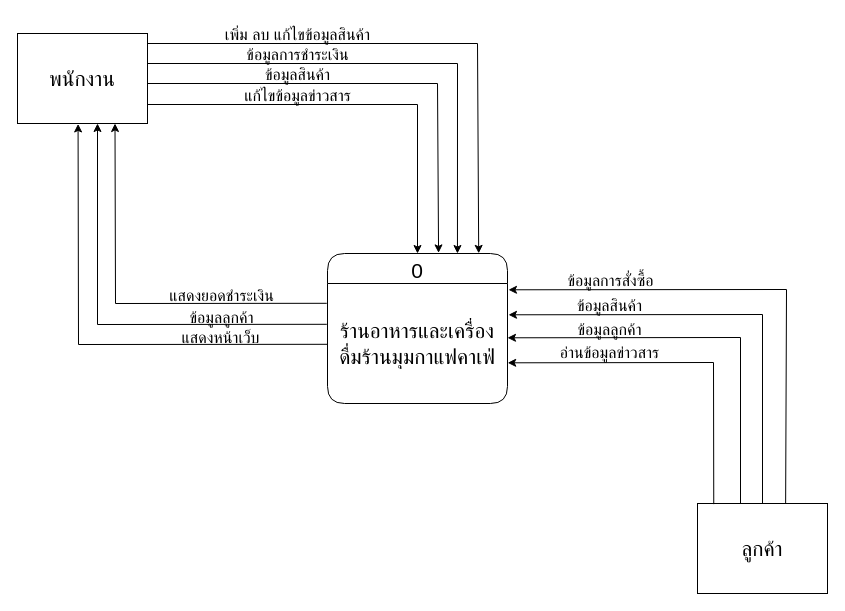
This is Untitled Diagram.drawio from xX-AULGZ-Xx/error.github.io, a draw.io file, before an edit. Source tidied: cells renumbered, new cells numbered last; positions are measured from the earlier drawing's top-left corner, leaving out a move shared by most shapes. Both pictures are drawn from the tidied source at 100%, with x=0, y=0 at pixel (17, 17).
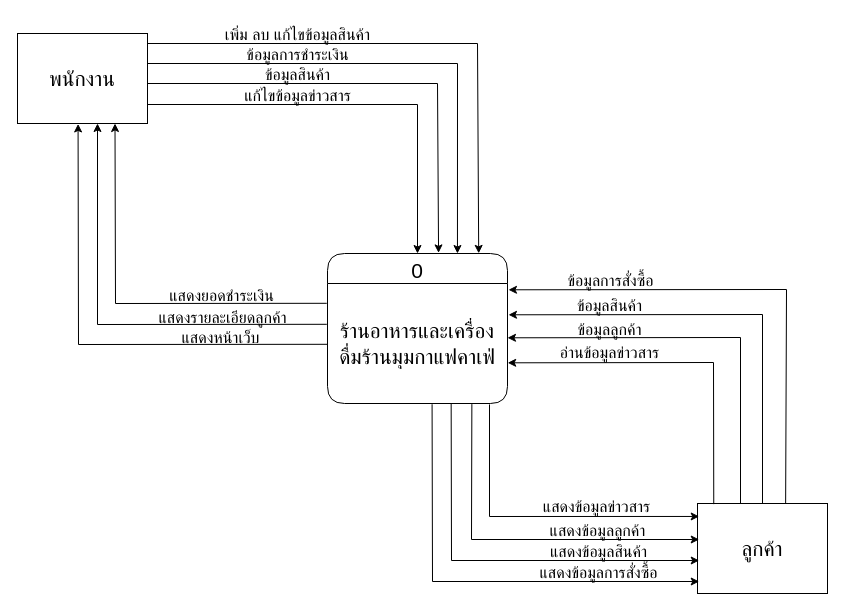
Above is the later version.

Unchanged cells that the change refers to:
```xml
<mxCell id="4" value="ร้านอาหารและเครื่องดื่มร้านมุมกาแฟคาเฟ่" style="text;strokeColor=none;fillColor=none;align=center;verticalAlign=middle;spacingLeft=4;spacingRight=4;overflow=hidden;points=[[0,0.5],[1,0.5]];portConstraint=eastwest;fontSize=21;whiteSpace=wrap;" parent="3" vertex="1">
  <mxGeometry y="30" width="180" height="120" as="geometry" />
</mxCell>
<mxCell id="5" value="ลูกค้า" style="rounded=0;whiteSpace=wrap;html=1;fontSize=21;align=center;verticalAlign=middle;" parent="1" vertex="1">
  <mxGeometry x="680" y="486" width="130" height="90" as="geometry" />
</mxCell>
```

Change to the diagram source:
```diff
@@
-    <mxCell id="17" value="&lt;font style=&quot;font-size: 16px&quot;&gt;ข้อมูลลูกค้า&lt;/font&gt;" style="text;html=1;align=center;verticalAlign=middle;fillColor=none;strokeColor=none;rounded=0;fontSize=21;" parent="1" vertex="1">
-      <mxGeometry x="161" y="282" width="86" height="31" as="geometry" />
+    <mxCell id="17" value="&lt;font style=&quot;font-size: 16px&quot;&gt;แสดงรายละเอียดลูกค้า&lt;/font&gt;" style="text;html=1;align=center;verticalAlign=middle;fillColor=none;strokeColor=none;rounded=0;fontSize=21;" parent="1" vertex="1">
+      <mxGeometry x="125" y="282" width="159" height="31" as="geometry" />
     </mxCell>
@@
+    <mxCell id="28" style="endArrow=classic;html=1;rounded=0;fontSize=16;entryX=0.013;entryY=0.144;entryDx=0;entryDy=0;entryPerimeter=0;exitX=0.9;exitY=1.008;exitDx=0;exitDy=0;exitPerimeter=0;" parent="1" edge="1" source="4" target="5">
+      <mxGeometry relative="1" as="geometry">
+        <Array as="points">
+          <mxPoint x="472" y="499" />
+        </Array>
+      </mxGeometry>
+    </mxCell>
+    <mxCell id="29" value="&lt;font style=&quot;font-size: 16px&quot;&gt;แสดงข้อมูลข่าวสาร&lt;/font&gt;" style="text;html=1;align=center;verticalAlign=middle;fillColor=none;strokeColor=none;rounded=0;fontSize=21;" parent="1" vertex="1">
+      <mxGeometry x="511" y="471" width="136" height="31" as="geometry" />
+    </mxCell>
+    <mxCell id="30" style="endArrow=classic;html=1;rounded=0;fontSize=16;entryX=0.013;entryY=0.144;entryDx=0;entryDy=0;entryPerimeter=0;exitX=0.802;exitY=1.005;exitDx=0;exitDy=0;exitPerimeter=0;" parent="1" edge="1" source="4">
+      <mxGeometry relative="1" as="geometry">
+        <mxPoint x="681.7" y="522" as="targetPoint" />
+        <Array as="points">
+          <mxPoint x="454" y="522" />
+        </Array>
+      </mxGeometry>
+    </mxCell>
+    <mxCell id="31" value="&lt;font style=&quot;font-size: 16px&quot;&gt;แสดงข้อมูลลูกค้า&lt;/font&gt;" style="text;html=1;align=center;verticalAlign=middle;fillColor=none;strokeColor=none;rounded=0;fontSize=21;" parent="1" vertex="1">
+      <mxGeometry x="519" y="495" width="122" height="31" as="geometry" />
+    </mxCell>
+    <mxCell id="32" style="endArrow=classic;html=1;rounded=0;fontSize=16;entryX=0.013;entryY=0.144;entryDx=0;entryDy=0;entryPerimeter=0;exitX=0.687;exitY=1.002;exitDx=0;exitDy=0;exitPerimeter=0;" parent="1" edge="1" source="4">
+      <mxGeometry relative="1" as="geometry">
+        <mxPoint x="681.7" y="543" as="targetPoint" />
+        <Array as="points">
+          <mxPoint x="434" y="543" />
+        </Array>
+      </mxGeometry>
+    </mxCell>
+    <mxCell id="33" value="&lt;font style=&quot;font-size: 16px&quot;&gt;แสดงข้อมูลสินค้า&lt;/font&gt;" style="text;html=1;align=center;verticalAlign=middle;fillColor=none;strokeColor=none;rounded=0;fontSize=21;" parent="1" vertex="1">
+      <mxGeometry x="519" y="516" width="123" height="31" as="geometry" />
+    </mxCell>
+    <mxCell id="34" style="endArrow=classic;html=1;rounded=0;fontSize=16;entryX=0.013;entryY=0.144;entryDx=0;entryDy=0;entryPerimeter=0;exitX=0.581;exitY=1.006;exitDx=0;exitDy=0;exitPerimeter=0;" parent="1" edge="1" source="4">
+      <mxGeometry relative="1" as="geometry">
+        <mxPoint x="681.7" y="564" as="targetPoint" />
+        <Array as="points">
+          <mxPoint x="415" y="564" />
+        </Array>
+      </mxGeometry>
+    </mxCell>
+    <mxCell id="35" value="&lt;font style=&quot;font-size: 16px&quot;&gt;แสดงข้อมูลการสั่งซื้อ&lt;/font&gt;" style="text;html=1;align=center;verticalAlign=middle;fillColor=none;strokeColor=none;rounded=0;fontSize=21;" parent="1" vertex="1">
+      <mxGeometry x="507" y="537" width="148" height="31" as="geometry" />
+    </mxCell>
```
